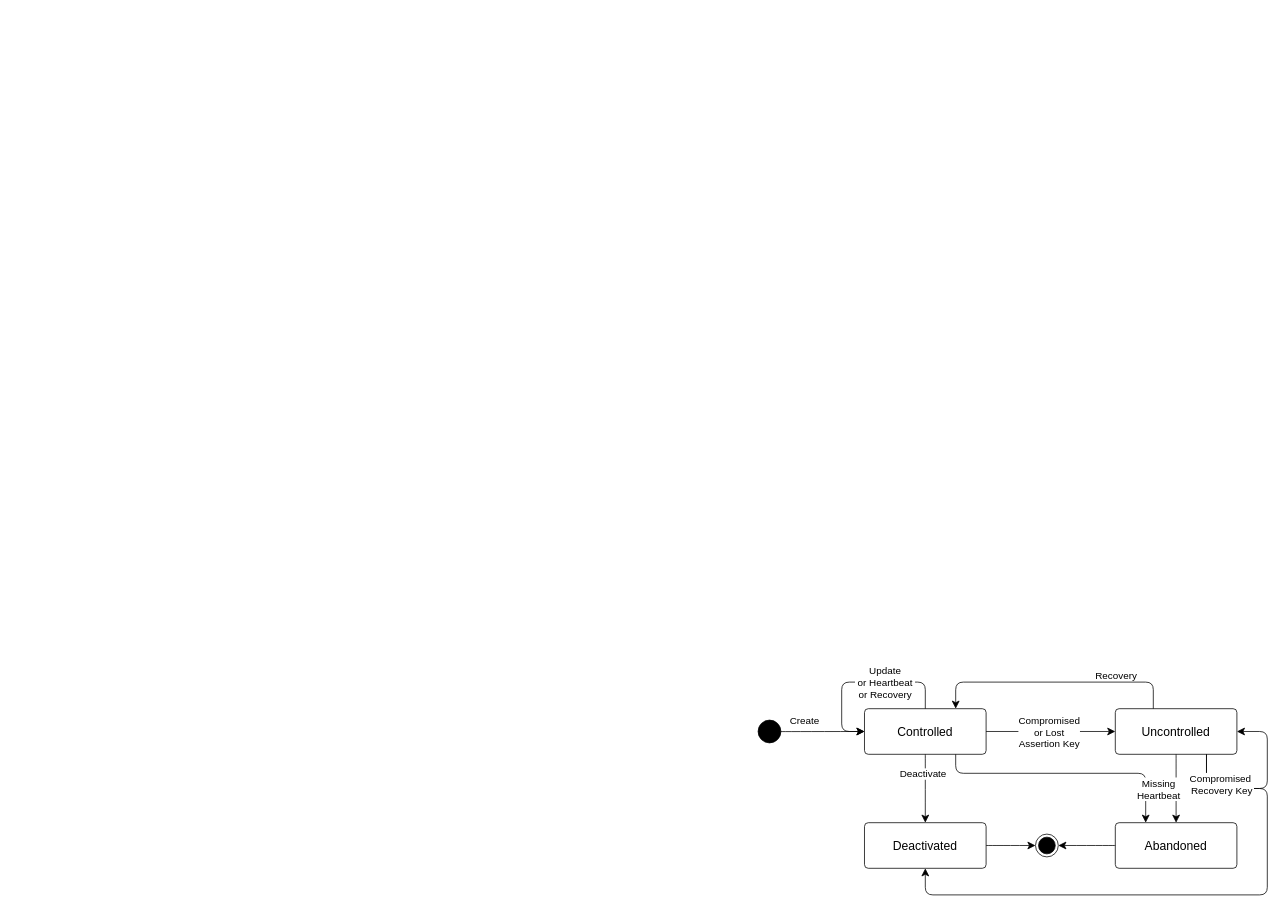
Before: diagrams/did-cel-log-lifecycle.drawio in w3c-ccg/did-cel-spec, a draw.io diagram. Source tidied: cells renumbered, new cells numbered last; positions are measured from the earlier drawing's top-left corner, leaving out a move shared by most shapes. Both pictures are drawn from the tidied source at 76%, with x=0, y=0 at pixel (758, 682).
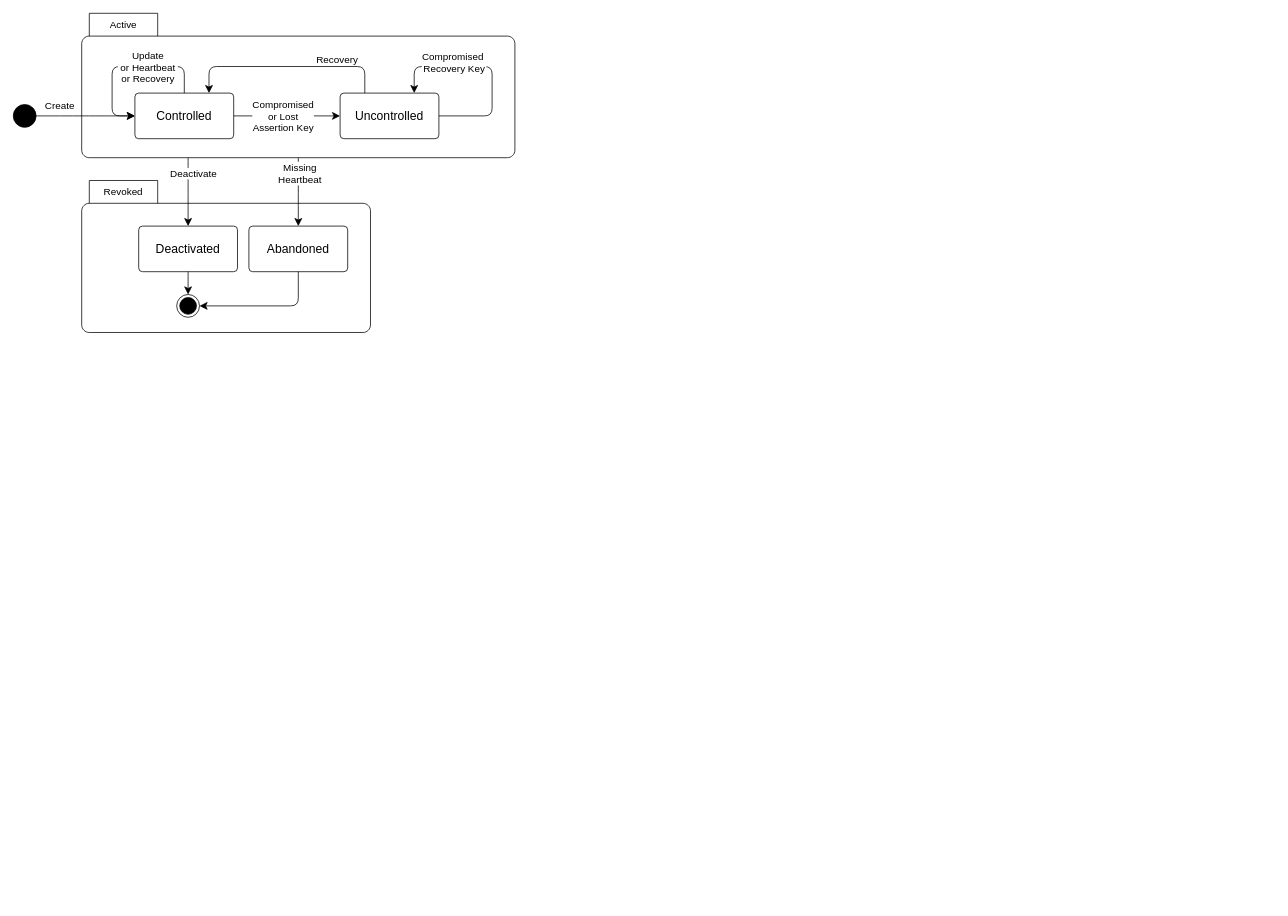
The same diagram, later.

Commit message (it also covers changes not shown here):
Group active states in CEL lifecycle diagram

Diff of the diagram source:
```diff
@@
-    <mxCell id="2" style="edgeStyle=none;curved=1;rounded=1;jettySize=auto;html=1;fontSize=12;startSize=8;endSize=8;entryX=0;entryY=0.5;entryDx=0;entryDy=0;" parent="1" edge="1" source="3" target="8">
-      <mxGeometry relative="1" as="geometry" />
-    </mxCell>
-    <mxCell id="3" style="ellipse;fillColor=strokeColor;html=1;rounded=1;" parent="1" vertex="1">
-      <mxGeometry y="50" width="30" height="30" as="geometry" />
-    </mxCell>
+    <mxCell id="26" value="&lt;font style=&quot;font-size: 13px;&quot;&gt;Revoked&lt;/font&gt;" style="shape=folder;align=center;verticalAlign=middle;fontStyle=0;tabWidth=100;tabHeight=30;tabPosition=left;html=1;boundedLbl=1;labelInHeader=1;rounded=1;absoluteArcSize=1;arcSize=10;whiteSpace=wrap;fillColor=none;" parent="1" vertex="1">
+      <mxGeometry x="-890" y="-660" width="380" height="200" as="geometry" />
+    </mxCell>
+    <mxCell id="27" value="&lt;font style=&quot;font-size: 13px;&quot;&gt;Active&lt;/font&gt;" style="shape=folder;align=center;verticalAlign=middle;fontStyle=0;tabWidth=100;tabHeight=30;tabPosition=left;html=1;boundedLbl=1;labelInHeader=1;rounded=1;absoluteArcSize=1;arcSize=10;whiteSpace=wrap;fillColor=none;" parent="1" vertex="1">
+      <mxGeometry x="-890" y="-880" width="570" height="190" as="geometry" />
+    </mxCell>
+    <mxCell id="28" style="edgeStyle=none;curved=1;rounded=1;jettySize=auto;html=1;fontSize=12;startSize=8;endSize=8;entryX=0;entryY=0.5;entryDx=0;entryDy=0;" parent="1" edge="1" source="29" target="8">
+      <mxGeometry relative="1" as="geometry" />
+    </mxCell>
+    <mxCell id="29" style="ellipse;fillColor=strokeColor;html=1;rounded=1;" parent="1" vertex="1">
+      <mxGeometry x="-980" y="-760" width="30" height="30" as="geometry" />
+    </mxCell>
     <mxCell id="4" style="edgeStyle=orthogonalEdgeStyle;rounded=1;jettySize=auto;html=1;entryX=0;entryY=0.5;entryDx=0;entryDy=0;fontSize=12;startSize=8;endSize=8;" parent="1" edge="1" source="8" target="13">
       <mxGeometry relative="1" as="geometry">
         <Array as="points">
-          <mxPoint x="410" y="65" />
-          <mxPoint x="410" y="65" />
+          <mxPoint x="-550" y="-745" />
+          <mxPoint x="-550" y="-745" />
         </Array>
       </mxGeometry>
     </mxCell>
     <mxCell id="5" value="&lt;font style=&quot;font-size: 13px;&quot;&gt;Compromised&lt;/font&gt;&lt;div&gt;&lt;font style=&quot;font-size: 13px;&quot;&gt;or Lost&lt;/font&gt;&lt;div&gt;&lt;font style=&quot;font-size: 13px;&quot;&gt;Assertion Key&lt;/font&gt;&lt;/div&gt;&lt;/div&gt;" style="edgeLabel;html=1;align=center;verticalAlign=middle;fontSize=12;rounded=1;" parent="4" vertex="1">
       <mxGeometry x="-0.19" y="2" relative="1" as="geometry">
-        <mxPoint x="13" y="2" as="offset" />
+        <mxPoint x="7" y="2" as="offset" />
       </mxGeometry>
     </mxCell>
-    <mxCell id="6" style="edgeStyle=none;curved=1;rounded=1;jettySize=auto;html=1;entryX=0.5;entryY=0;entryDx=0;entryDy=0;fontSize=12;startSize=8;endSize=8;exitX=0.5;exitY=1;exitDx=0;exitDy=0;" parent="1" edge="1" source="8" target="15">
-      <mxGeometry relative="1" as="geometry" />
-    </mxCell>
-    <mxCell id="7" style="edgeStyle=orthogonalEdgeStyle;rounded=1;jettySize=auto;html=1;entryX=0.25;entryY=0;entryDx=0;entryDy=0;fontSize=12;startSize=8;endSize=8;exitX=0.75;exitY=1;exitDx=0;exitDy=0;" parent="1" edge="1" source="8" target="10">
-      <mxGeometry relative="1" as="geometry">
-        <Array as="points">
-          <mxPoint x="260" y="120" />
-          <mxPoint x="510" y="120" />
-        </Array>
-      </mxGeometry>
-    </mxCell>
+    <mxCell id="30" style="edgeStyle=none;curved=1;rounded=1;jettySize=auto;html=1;entryX=0.5;entryY=0;entryDx=0;entryDy=0;fontSize=12;startSize=8;endSize=8;" parent="1" edge="1" target="15">
+      <mxGeometry relative="1" as="geometry">
+        <mxPoint x="-750" y="-690" as="sourcePoint" />
+      </mxGeometry>
+    </mxCell>
-    <mxCell id="8" value="Controlled" style="html=1;align=center;verticalAlign=middle;rounded=1;absoluteArcSize=1;arcSize=10;dashed=0;whiteSpace=wrap;fontSize=16;gradientColor=none;strokeColor=default;fillColor=none;" parent="1" vertex="1">
-      <mxGeometry x="140" y="35" width="160" height="60" as="geometry" />
+    <mxCell id="8" value="Controlled" style="html=1;align=center;verticalAlign=middle;rounded=1;absoluteArcSize=1;arcSize=10;dashed=0;whiteSpace=wrap;fontSize=16;gradientColor=none;strokeColor=default;fillColor=none;imageWidth=24;" parent="1" vertex="1">
+      <mxGeometry x="-820" y="-775" width="130" height="60" as="geometry" />
     </mxCell>
-    <mxCell id="9" style="edgeStyle=none;curved=1;rounded=1;jettySize=auto;html=1;fontSize=12;startSize=8;endSize=8;entryX=1;entryY=0.5;entryDx=0;entryDy=0;" parent="1" edge="1" source="10" target="16">
-      <mxGeometry relative="1" as="geometry" />
-    </mxCell>
+    <mxCell id="31" style="edgeStyle=orthogonalEdgeStyle;rounded=1;jettySize=auto;html=1;fontSize=12;startSize=8;endSize=8;exitX=0.5;exitY=1;exitDx=0;exitDy=0;" parent="1" edge="1" source="10" target="34">
+      <mxGeometry relative="1" as="geometry">
+        <Array as="points">
+          <mxPoint x="-605" y="-495" />
+        </Array>
+      </mxGeometry>
+    </mxCell>
     <mxCell id="10" value="Abandoned" style="html=1;align=center;verticalAlign=middle;rounded=1;absoluteArcSize=1;arcSize=10;whiteSpace=wrap;fontSize=16;gradientColor=none;strokeColor=default;fillColor=none;" parent="1" vertex="1">
-      <mxGeometry x="470" y="185" width="160" height="60" as="geometry" />
+      <mxGeometry x="-670" y="-600" width="130" height="60" as="geometry" />
     </mxCell>
-    <mxCell id="11" style="edgeStyle=none;curved=1;rounded=1;jettySize=auto;html=1;exitX=0.5;exitY=1;exitDx=0;exitDy=0;entryX=0.5;entryY=0;entryDx=0;entryDy=0;fontSize=12;startSize=8;endSize=8;" parent="1" edge="1" source="13" target="10">
-      <mxGeometry relative="1" as="geometry" />
-    </mxCell>
-    <mxCell id="12" style="edgeStyle=orthogonalEdgeStyle;rounded=1;jettySize=auto;html=1;entryX=0.5;entryY=1;entryDx=0;entryDy=0;fontSize=12;startSize=8;endSize=8;exitX=0.75;exitY=1;exitDx=0;exitDy=0;" parent="1" edge="1" source="13" target="15">
-      <mxGeometry relative="1" as="geometry">
-        <Array as="points">
-          <mxPoint x="590" y="140" />
-          <mxPoint x="670" y="140" />
-          <mxPoint x="670" y="280" />
-          <mxPoint x="220" y="280" />
-        </Array>
-      </mxGeometry>
-    </mxCell>
+    <mxCell id="32" style="edgeStyle=none;curved=1;rounded=1;jettySize=auto;html=1;exitX=0.5;exitY=1;exitDx=0;exitDy=0;entryX=0.5;entryY=0;entryDx=0;entryDy=0;fontSize=12;startSize=8;endSize=8;exitPerimeter=0;" parent="1" edge="1" source="27" target="10">
+      <mxGeometry relative="1" as="geometry" />
+    </mxCell>
     <mxCell id="13" value="Uncontrolled" style="html=1;align=center;verticalAlign=middle;rounded=1;absoluteArcSize=1;arcSize=10;whiteSpace=wrap;fontSize=16;gradientColor=none;strokeColor=default;fillColor=none;" parent="1" vertex="1">
-      <mxGeometry x="470" y="35" width="160" height="60" as="geometry" />
+      <mxGeometry x="-550" y="-775" width="130" height="60" as="geometry" />
     </mxCell>
-    <mxCell id="14" style="edgeStyle=none;curved=1;rounded=1;jettySize=auto;html=1;fontSize=12;startSize=8;endSize=8;entryX=0;entryY=0.5;entryDx=0;entryDy=0;" parent="1" edge="1" source="15" target="16">
-      <mxGeometry relative="1" as="geometry" />
-    </mxCell>
+    <mxCell id="33" style="edgeStyle=none;curved=1;rounded=1;jettySize=auto;html=1;fontSize=12;startSize=8;endSize=8;" parent="1" edge="1" source="15" target="34">
+      <mxGeometry relative="1" as="geometry" />
+    </mxCell>
     <mxCell id="15" value="Deactivated" style="html=1;align=center;verticalAlign=middle;rounded=1;absoluteArcSize=1;arcSize=10;dashed=0;whiteSpace=wrap;fontSize=16;glass=0;shadow=0;fillColor=none;" parent="1" vertex="1">
-      <mxGeometry x="140" y="185" width="160" height="60" as="geometry" />
+      <mxGeometry x="-815" y="-600" width="130" height="60" as="geometry" />
     </mxCell>
-    <mxCell id="16" style="ellipse;html=1;shape=endState;fillColor=strokeColor;rounded=1;" parent="1" vertex="1">
-      <mxGeometry x="365" y="200" width="30" height="30" as="geometry" />
-    </mxCell>
-    <mxCell id="17" style="edgeStyle=orthogonalEdgeStyle;rounded=1;jettySize=auto;html=1;entryX=0.75;entryY=0;entryDx=0;entryDy=0;fontSize=12;startSize=8;endSize=8;" parent="1" edge="1" target="8">
-      <mxGeometry relative="1" as="geometry">
-        <mxPoint x="520" y="35" as="sourcePoint" />
-        <Array as="points">
-          <mxPoint x="520" />
-          <mxPoint x="260" />
-        </Array>
-      </mxGeometry>
-    </mxCell>
+    <mxCell id="34" style="ellipse;html=1;shape=endState;fillColor=strokeColor;rounded=1;" parent="1" vertex="1">
+      <mxGeometry x="-765" y="-510" width="30" height="30" as="geometry" />
+    </mxCell>
+    <mxCell id="35" style="edgeStyle=orthogonalEdgeStyle;rounded=1;jettySize=auto;html=1;entryX=0.75;entryY=0;entryDx=0;entryDy=0;fontSize=12;startSize=8;endSize=8;exitX=0.25;exitY=0;exitDx=0;exitDy=0;" parent="1" edge="1" source="13" target="8">
+      <mxGeometry relative="1" as="geometry">
+        <Array as="points">
+          <mxPoint x="-517" y="-810" />
+          <mxPoint x="-722" y="-810" />
+        </Array>
+      </mxGeometry>
+    </mxCell>
-    <mxCell id="18" value="&lt;font style=&quot;font-size: 13px;&quot;&gt;Recovery&lt;/font&gt;" style="edgeLabel;html=1;align=center;verticalAlign=middle;fontSize=12;rounded=1;" parent="17" vertex="1">
+    <mxCell id="18" value="&lt;font style=&quot;font-size: 13px;&quot;&gt;Recovery&lt;/font&gt;" style="edgeLabel;html=1;align=center;verticalAlign=middle;fontSize=12;rounded=1;" parent="35" vertex="1">
       <mxGeometry x="-0.06" y="2" relative="1" as="geometry">
-        <mxPoint x="70" y="-12" as="offset" />
+        <mxPoint x="57" y="-12" as="offset" />
       </mxGeometry>
     </mxCell>
     <mxCell id="19" value="&lt;span style=&quot;font-size: 13px;&quot;&gt;Missing&lt;/span&gt;&lt;div&gt;&lt;span style=&quot;font-size: 13px;&quot;&gt;Heartbeat&lt;/span&gt;&lt;/div&gt;" style="edgeLabel;html=1;align=center;verticalAlign=middle;fontSize=12;rounded=1;labelBackgroundColor=default;" parent="1" vertex="1">
-      <mxGeometry x="550" y="140" as="geometry">
+      <mxGeometry x="-580" y="-670" as="geometry">
         <mxPoint x="-24" as="offset" />
       </mxGeometry>
     </mxCell>
     <mxCell id="20" style="edgeStyle=orthogonalEdgeStyle;rounded=1;orthogonalLoop=1;jettySize=auto;html=1;exitX=0.5;exitY=0;exitDx=0;exitDy=0;entryX=0;entryY=0.5;entryDx=0;entryDy=0;fontSize=12;startSize=8;endSize=8;" parent="1" edge="1" source="8" target="8">
       <mxGeometry relative="1" as="geometry">
         <Array as="points">
-          <mxPoint x="220" />
-          <mxPoint x="110" />
-          <mxPoint x="110" y="65" />
+          <mxPoint x="-755" y="-810" />
+          <mxPoint x="-850" y="-810" />
+          <mxPoint x="-850" y="-745" />
         </Array>
       </mxGeometry>
     </mxCell>
     <mxCell id="21" value="&lt;span style=&quot;font-size: 13px;&quot;&gt;Deactivate&lt;/span&gt;" style="edgeLabel;html=1;align=center;verticalAlign=middle;fontSize=12;rounded=1;" parent="1" vertex="1">
-      <mxGeometry x="240" y="120" as="geometry">
+      <mxGeometry x="-720" y="-670" as="geometry">
         <mxPoint x="-24" as="offset" />
       </mxGeometry>
     </mxCell>
     <mxCell id="22" value="&lt;font style=&quot;font-size: 13px;&quot;&gt;Create&lt;/font&gt;" style="edgeLabel;html=1;align=center;verticalAlign=middle;fontSize=12;rounded=1;" parent="1" vertex="1">
-      <mxGeometry x="60" y="50" as="geometry" />
+      <mxGeometry x="-920" y="-760" as="geometry" />
     </mxCell>
     <mxCell id="23" value="&lt;span style=&quot;font-size: 13px;&quot;&gt;Update&lt;/span&gt;&lt;br&gt;&lt;div&gt;&lt;span style=&quot;font-size: 13px;&quot;&gt;&amp;nbsp;or Heartbeat&amp;nbsp;&lt;br&gt;&amp;nbsp;or Recovery&amp;nbsp;&lt;/span&gt;&lt;/div&gt;" style="edgeLabel;html=1;align=center;verticalAlign=middle;fontSize=12;rounded=1;" parent="1" vertex="1">
-      <mxGeometry x="190" as="geometry">
+      <mxGeometry x="-780" y="-810" as="geometry">
         <mxPoint x="-24" as="offset" />
       </mxGeometry>
     </mxCell>
-    <mxCell id="24" style="edgeStyle=orthogonalEdgeStyle;rounded=1;orthogonalLoop=1;jettySize=auto;html=1;exitX=0.75;exitY=1;exitDx=0;exitDy=0;entryX=1;entryY=0.5;entryDx=0;entryDy=0;fontSize=12;startSize=8;endSize=8;" parent="1" edge="1" source="13" target="13">
+    <mxCell id="24" style="edgeStyle=orthogonalEdgeStyle;rounded=1;orthogonalLoop=1;jettySize=auto;html=1;exitX=0.75;exitY=0;exitDx=0;exitDy=0;entryX=1;entryY=0.5;entryDx=0;entryDy=0;fontSize=12;startSize=8;endSize=8;startArrow=classic;startFill=1;endArrow=none;endFill=0;" parent="1" edge="1" source="13" target="13">
       <mxGeometry relative="1" as="geometry">
         <Array as="points">
-          <mxPoint x="590" y="140" />
-          <mxPoint x="670" y="140" />
-          <mxPoint x="670" y="65" />
+          <mxPoint x="-452" y="-810" />
+          <mxPoint x="-350" y="-810" />
+          <mxPoint x="-350" y="-745" />
         </Array>
       </mxGeometry>
     </mxCell>
     <mxCell id="25" value="&lt;font style=&quot;font-size: 13px;&quot;&gt;Compromised&amp;nbsp;&lt;/font&gt;&lt;div&gt;&lt;div&gt;&lt;font style=&quot;font-size: 13px;&quot;&gt;Recovery Key&lt;/font&gt;&lt;/div&gt;&lt;/div&gt;" style="edgeLabel;html=1;align=center;verticalAlign=middle;fontSize=12;rounded=1;" parent="1" vertex="1">
-      <mxGeometry x="660" y="120" as="geometry">
+      <mxGeometry x="-350" y="-830" as="geometry">
         <mxPoint x="-51" y="14" as="offset" />
       </mxGeometry>
     </mxCell>
```
